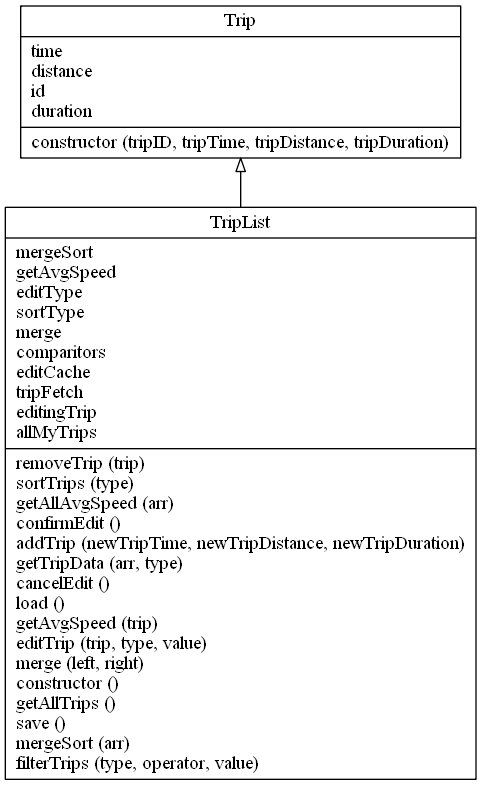
Earlier version of the Graphviz export output/classes.dot.png (ChironEvans/de321-Assignment2-2020). Its source is kept beside it as output/classes.dot.
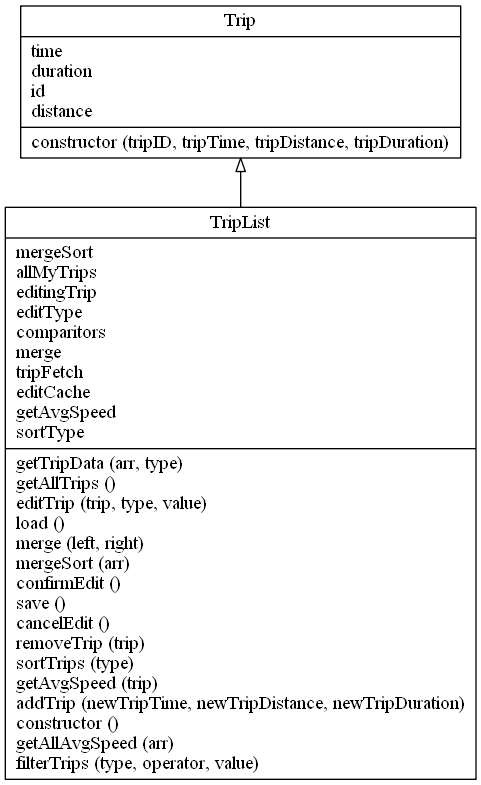
After the change.

Diff of the diagram source:
```diff
@@ -1,7 +1,7 @@
 digraph "classes_test" {
 charset="utf-8"
 rankdir=BT
-"0" [label="{Trip|time\ldistance\lid\lduration\l|constructor (tripID, tripTime, tripDistance, tripDuration)\l}", shape="record"];
-"1" [label="{TripList|mergeSort\lgetAvgSpeed\leditType\lsortType\lmerge\lcomparitors\leditCache\ltripFetch\leditingTrip\lallMyTrips\l|removeTrip (trip)\lsortTrips (type)\lgetAllAvgSpeed (arr)\lconfirmEdit ()\laddTrip (newTripTime, newTripDistance, newTripDuration)\lgetTripData (arr, type)\lcancelEdit ()\lload ()\lgetAvgSpeed (trip)\leditTrip (trip, type, value)\lmerge (left, right)\lconstructor ()\lgetAllTrips ()\lsave ()\lmergeSort (arr)\lfilterTrips (type, operator, value)\l}", shape="record"];
-"1" -> "0" [arrowhead="empty", arrowtail="none"];
+"0" [label="{TripList|mergeSort\lallMyTrips\leditingTrip\leditType\lcomparitors\lmerge\ltripFetch\leditCache\lgetAvgSpeed\lsortType\l|getTripData (arr, type)\lgetAllTrips ()\leditTrip (trip, type, value)\lload ()\lmerge (left, right)\lmergeSort (arr)\lconfirmEdit ()\lsave ()\lcancelEdit ()\lremoveTrip (trip)\lsortTrips (type)\lgetAvgSpeed (trip)\laddTrip (newTripTime, newTripDistance, newTripDuration)\lconstructor ()\lgetAllAvgSpeed (arr)\lfilterTrips (type, operator, value)\l}", shape="record"];
+"1" [label="{Trip|time\lduration\lid\ldistance\l|constructor (tripID, tripTime, tripDistance, tripDuration)\l}", shape="record"];
+"0" -> "1" [arrowhead="empty", arrowtail="none"];
 }
```
